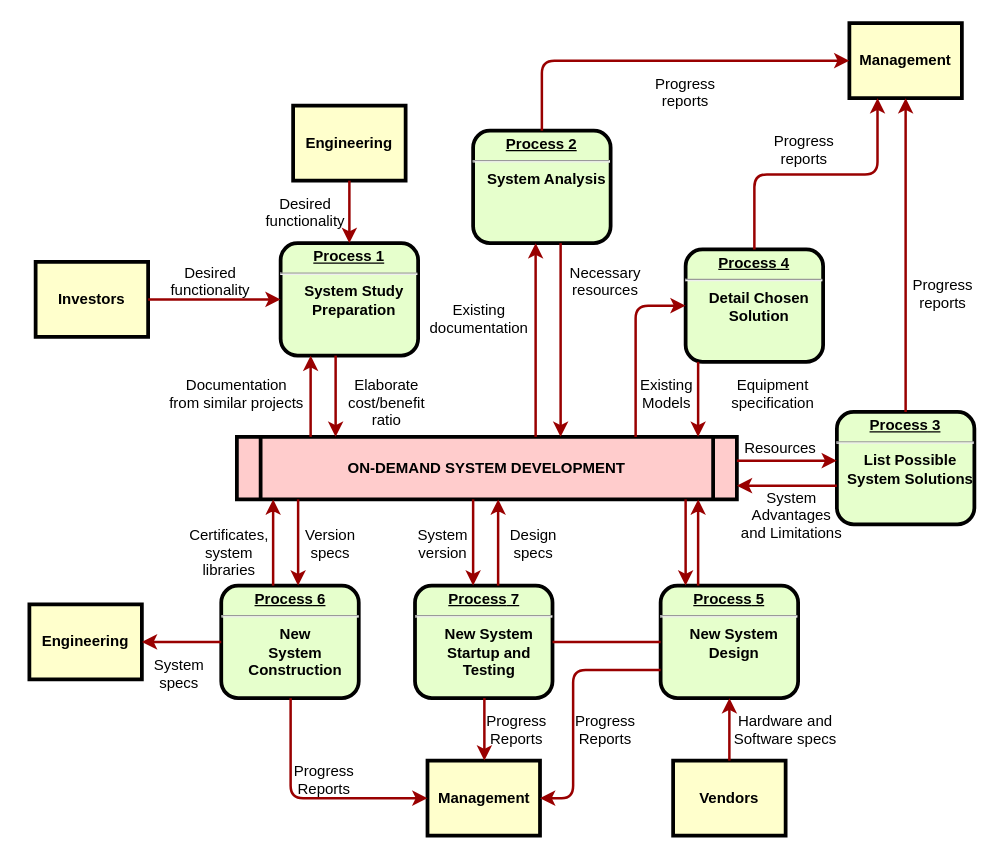
ChihHaoChen/diagrams keeps this draw.io diagram as forumsCalvin/Untitled Diagram.drawio. Above is the earlier version. Source tidied: cells renumbered, new cells numbered last; positions are measured from the earlier drawing's top-left corner, leaving out a move shared by most shapes. Both pictures are drawn from the tidied source at 125%, with x=0, y=0 at pixel (29, 22).
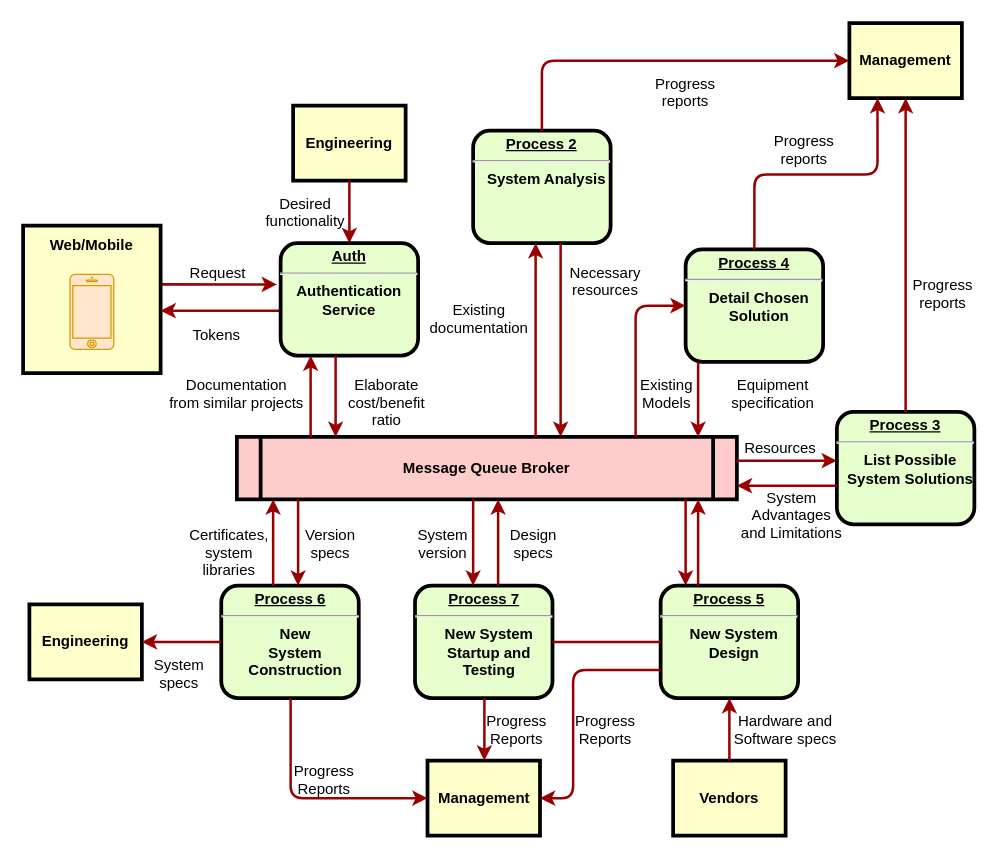
The same page after the edit.

The edit, as a diff of the source:
```diff
@@
+    <mxCell id="63" style="edgeStyle=orthogonalEdgeStyle;rounded=0;jettySize=auto;html=1;exitX=1;exitY=0.5;exitDx=0;exitDy=0;strokeColor=#990000;strokeWidth=2;entryX=-0.027;entryY=0.367;entryDx=0;entryDy=0;entryPerimeter=0;" parent="1" edge="1" source="64" target="2">
+      <mxGeometry relative="1" as="geometry">
+        <Array as="points">
+          <mxPoint x="105" y="209" />
+        </Array>
+      </mxGeometry>
+    </mxCell>
+    <mxCell id="64" value="&#10;Web/Mobile&#10;&#10;&#10;&#10;&#10;&#10;&#10;" style="whiteSpace=wrap;align=center;verticalAlign=middle;fontStyle=1;strokeWidth=3;fillColor=#FFFFCC;" parent="1" vertex="1">
+      <mxGeometry x="-5" y="162" width="110" height="118" as="geometry" />
+    </mxCell>
+    <mxCell id="65" style="edgeStyle=orthogonalEdgeStyle;rounded=0;jettySize=auto;html=1;strokeColor=#990000;strokeWidth=2;" parent="1" edge="1" source="2" target="64">
+      <mxGeometry relative="1" as="geometry">
+        <Array as="points">
+          <mxPoint x="165" y="230" />
+          <mxPoint x="165" y="230" />
+        </Array>
+      </mxGeometry>
+    </mxCell>
-    <mxCell id="2" value="&lt;p style=&quot;margin: 0px; margin-top: 4px; text-align: center; text-decoration: underline;&quot;&gt;&lt;strong&gt;Process 1&lt;br /&gt;&lt;/strong&gt;&lt;/p&gt;&lt;hr /&gt;&lt;p style=&quot;margin: 0px; margin-left: 8px;&quot;&gt;System Study&lt;/p&gt;&lt;p style=&quot;margin: 0px; margin-left: 8px;&quot;&gt;Preparation&lt;/p&gt;" style="verticalAlign=middle;align=center;overflow=fill;fontSize=12;fontFamily=Helvetica;html=1;rounded=1;fontStyle=1;strokeWidth=3;fillColor=#E6FFCC;" parent="1" vertex="1">
+    <mxCell id="2" value="&lt;p style=&quot;margin: 0px ; margin-top: 4px ; text-align: center ; text-decoration: underline&quot;&gt;&lt;strong&gt;Auth&lt;br&gt;&lt;/strong&gt;&lt;/p&gt;&lt;hr&gt;&lt;div&gt;Authentication&lt;/div&gt;&lt;div&gt;Service&lt;br&gt;&lt;/div&gt;" style="verticalAlign=middle;align=center;overflow=fill;fontSize=12;fontFamily=Helvetica;html=1;rounded=1;fontStyle=1;strokeWidth=3;fillColor=#E6FFCC;" parent="1" vertex="1">
       <mxGeometry x="201" y="176" width="110" height="90" as="geometry" />
     </mxCell>
@@
-    <mxCell id="4" value="Investors" style="whiteSpace=wrap;align=center;verticalAlign=middle;fontStyle=1;strokeWidth=3;fillColor=#FFFFCC;" parent="1" vertex="1">
-      <mxGeometry x="5" y="191" width="90" height="60" as="geometry" />
-    </mxCell>
-    <mxCell id="5" value="ON-DEMAND SYSTEM DEVELOPMENT" style="shape=process;whiteSpace=wrap;align=center;verticalAlign=middle;size=0.0475;fontStyle=1;strokeWidth=3;fillColor=#FFCCCC;" parent="1" vertex="1">
+    <mxCell id="5" value="Message Queue Broker" style="shape=process;whiteSpace=wrap;align=center;verticalAlign=middle;size=0.0475;fontStyle=1;strokeWidth=3;fillColor=#FFCCCC;" parent="1" vertex="1">
       <mxGeometry x="166" y="331" width="400" height="50" as="geometry" />
     </mxCell>
@@
-    <mxCell id="16" style="edgeStyle=none;noEdgeStyle=1;strokeColor=#990000;strokeWidth=2;" parent="1" edge="1" source="4" target="2">
-      <mxGeometry relative="1" as="geometry" />
-    </mxCell>
@@
-    <mxCell id="19" value="Desired &#10;functionality" style="text;spacingTop=-5;align=center;" parent="1" vertex="1">
-      <mxGeometry x="130" y="191" width="30" height="20" as="geometry" />
-    </mxCell>
@@
+    <mxCell id="66" style="html=1;verticalLabelPosition=bottom;labelBackgroundColor=#ffffff;verticalAlign=top;shadow=0;dashed=0;strokeWidth=1;shape=mxgraph.ios7.misc.iphone;strokeColor=#d79b00;fillColor=#ffe6cc;" parent="1" vertex="1">
+      <mxGeometry x="32.5" y="201" width="35" height="60" as="geometry" />
+    </mxCell>
+    <mxCell id="67" value="Request" style="text;spacingTop=-5;align=center;" parent="1" vertex="1">
+      <mxGeometry x="136" y="191" width="30" height="20" as="geometry" />
+    </mxCell>
+    <mxCell id="68" value="Tokens" style="text;spacingTop=-5;align=center;" parent="1" vertex="1">
+      <mxGeometry x="135" y="241" width="30" height="20" as="geometry" />
+    </mxCell>
```
